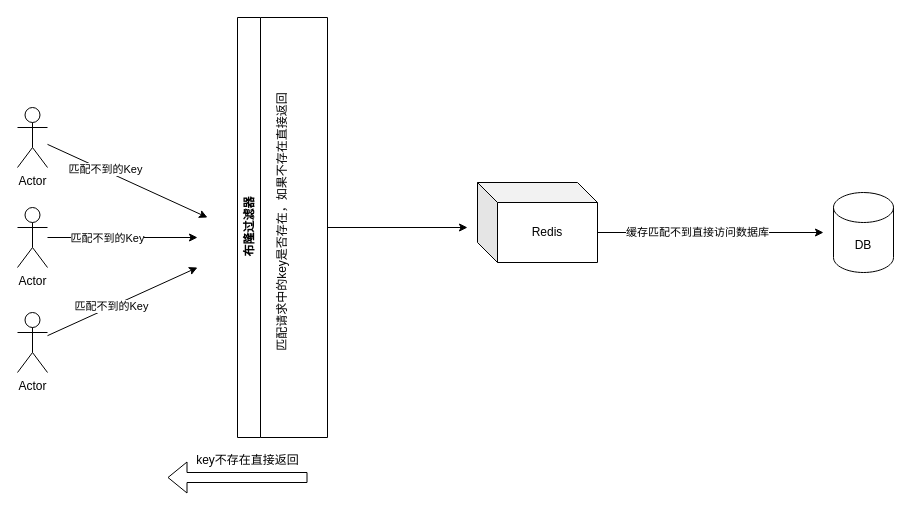
Before: page "布隆过滤器-缓存穿透" (2 of 2) of 后端知识/Java/未命名绘图.drawio in mikezex/uml, a draw.io diagram. Source tidied: cells renumbered, new cells numbered last; positions are measured from the earlier drawing's top-left corner, leaving out a move shared by most shapes. Both pictures are drawn from the tidied source at 100%, with x=0, y=0 at pixel (17, 17).
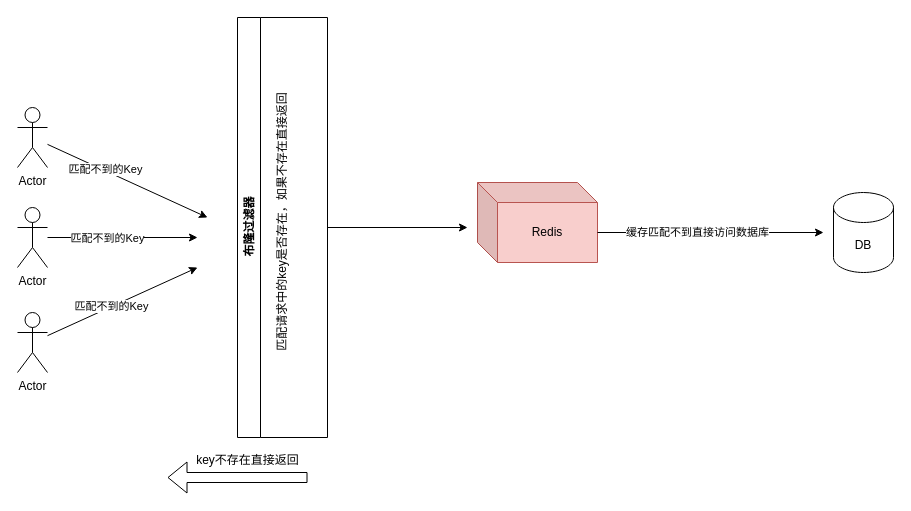
Above is the later version.

The edit, as a diff of the source:
```diff
@@
-    <mxCell id="7" value="Redis" style="shape=cube;whiteSpace=wrap;html=1;boundedLbl=1;backgroundOutline=1;darkOpacity=0.05;darkOpacity2=0.1;" parent="1" vertex="1">
+    <mxCell id="7" value="Redis" style="shape=cube;whiteSpace=wrap;html=1;boundedLbl=1;backgroundOutline=1;darkOpacity=0.05;darkOpacity2=0.1;fillColor=#f8cecc;strokeColor=#b85450;" parent="1" vertex="1">
       <mxGeometry x="460" y="165" width="120" height="80" as="geometry" />
     </mxCell>
```
